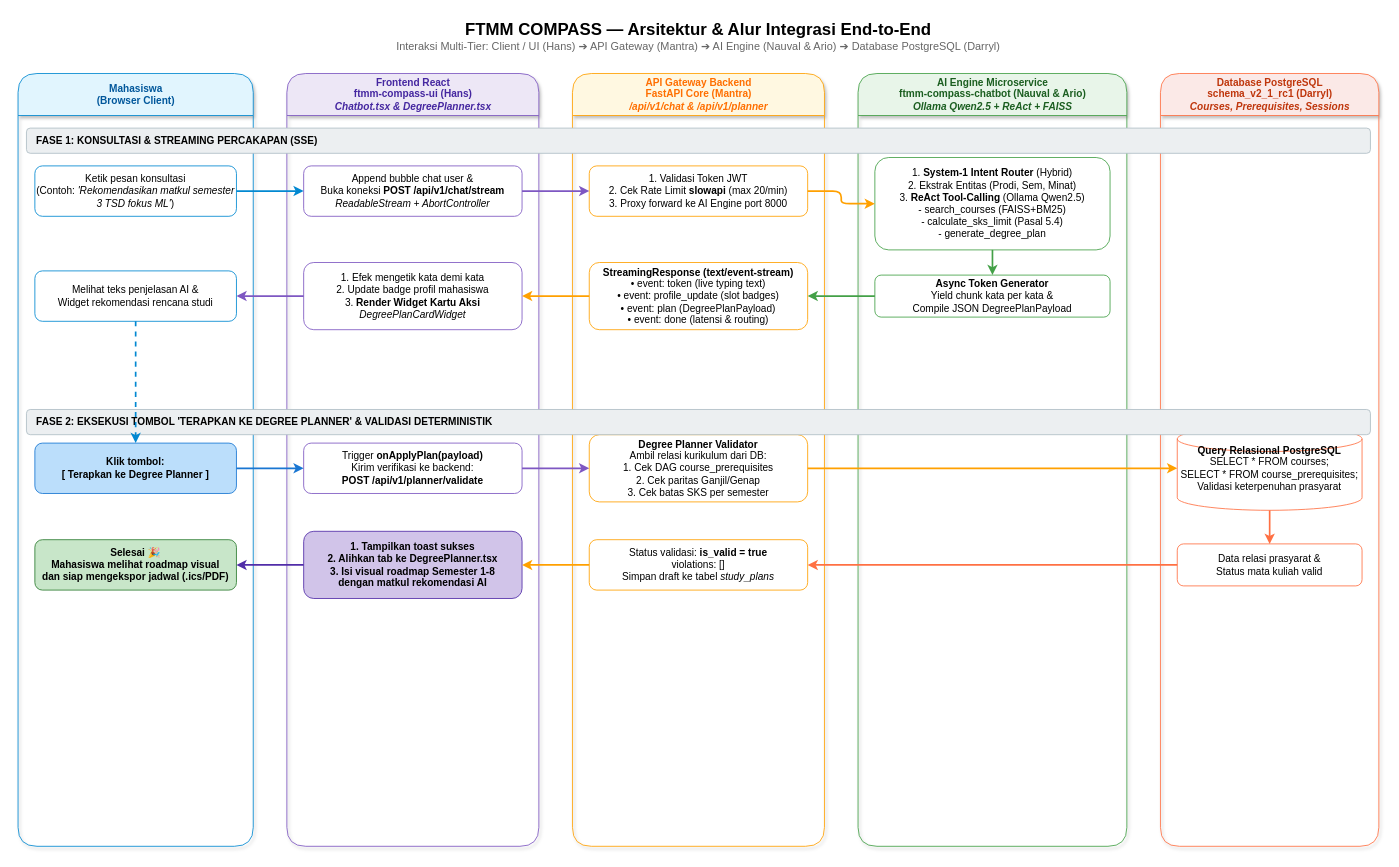
Earlier version of the draw.io diagram docs/architecture/ftmm_compass_integration_flow.drawio.xml (Primarizki21/ftmm-compass-chatbot). Source tidied: cells renumbered, new cells numbered last; positions are measured from the earlier drawing's top-left corner, leaving out a move shared by most shapes. Both pictures are drawn from the tidied source at 84%, with x=0, y=0 at pixel (18, 14).
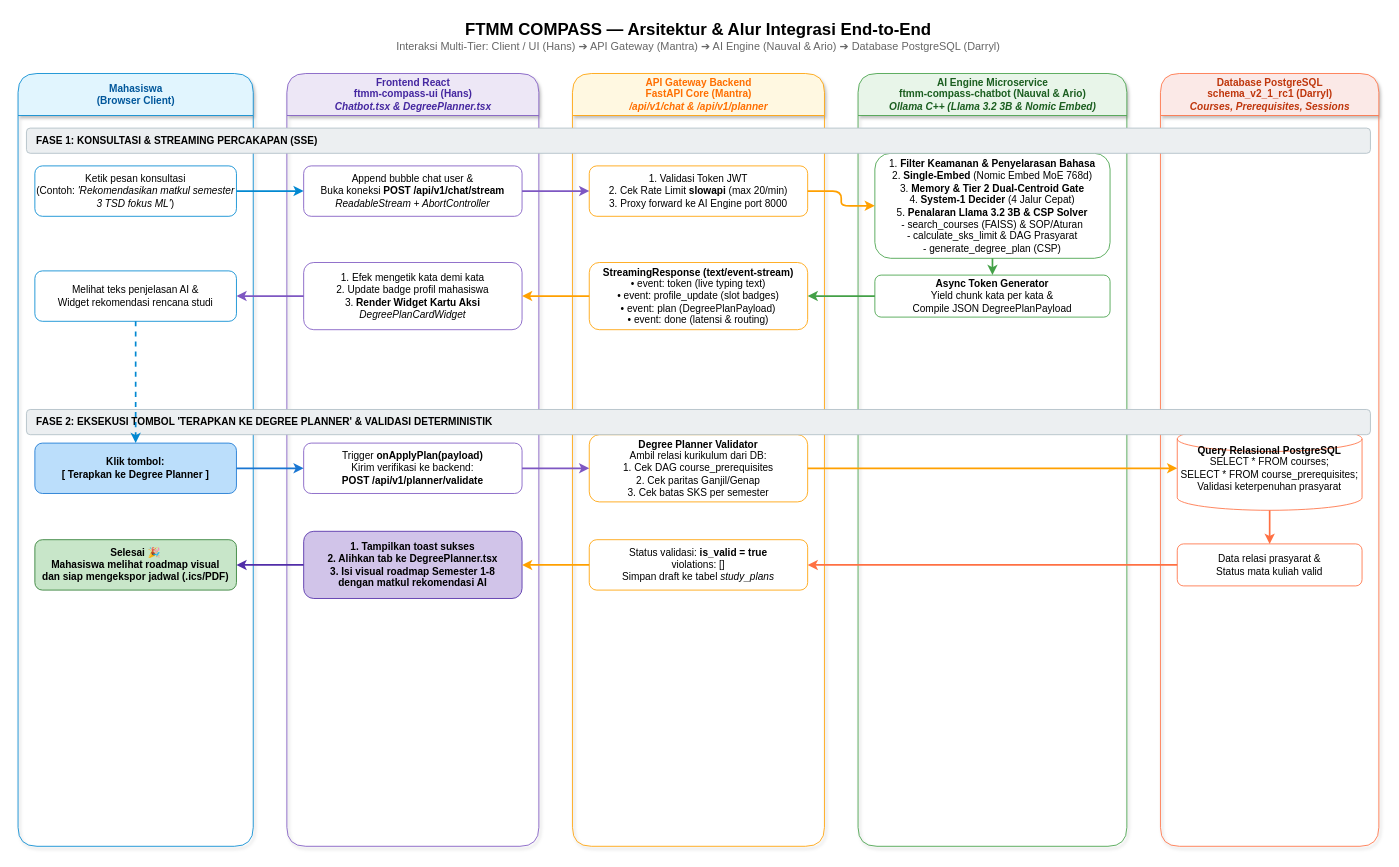
The same diagram, later.

Commit message (it also covers changes not shown here):
refactor(architecture): synchronize visual pipeline flowchart and integration diagrams with production models

Diff of the diagram source:
```diff
@@
-    <mxCell id="6" value="&lt;b&gt;AI Engine Microservice&lt;/b&gt;&lt;br&gt;ftmm-compass-chatbot (Nauval &amp;amp; Ario)&lt;br&gt;&lt;i&gt;Ollama Qwen2.5 + ReAct + FAISS&lt;/i&gt;" style="swimlane;startSize=50;fillColor=#e8f5e9;strokeColor=#43a047;fontColor=#1b5e20;html=1;rounded=1;shadow=1;" parent="1" vertex="1">
+    <mxCell id="6" value="&lt;b&gt;AI Engine Microservice&lt;/b&gt;&lt;br&gt;ftmm-compass-chatbot (Nauval &amp;amp; Ario)&lt;br&gt;&lt;i&gt;Ollama C++ (Llama 3.2 3B &amp;amp; Nomic Embed)&lt;/i&gt;" style="swimlane;startSize=50;fillColor=#e8f5e9;strokeColor=#43a047;fontColor=#1b5e20;html=1;rounded=1;shadow=1;" parent="1" vertex="1">
       <mxGeometry x="1000" y="70" width="320" height="920" as="geometry" />
     </mxCell>
@@
-    <mxCell id="12" value="1. &lt;b&gt;System-1 Intent Router&lt;/b&gt; (Hybrid)&lt;br&gt;2. Ekstrak Entitas (Prodi, Sem, Minat)&lt;br&gt;3. &lt;b&gt;ReAct Tool-Calling&lt;/b&gt; (Ollama Qwen2.5)&lt;br&gt;   - search_courses (FAISS+BM25)&lt;br&gt;   - calculate_sks_limit (Pasal 5.4)&lt;br&gt;   - generate_degree_plan" style="rounded=1;whiteSpace=wrap;html=1;fillColor=#ffffff;strokeColor=#43a047;" parent="6" vertex="1">
-      <mxGeometry x="20" y="100" width="280" height="110" as="geometry" />
+    <mxCell id="12" value="1. &lt;b&gt;Filter Keamanan &amp;amp; Penyelarasan Bahasa&lt;/b&gt;&lt;br&gt;2. &lt;b&gt;Single-Embed&lt;/b&gt; (Nomic Embed MoE 768d)&lt;br&gt;3. &lt;b&gt;Memory &amp;amp; Tier 2 Dual-Centroid Gate&lt;/b&gt;&lt;br&gt;4. &lt;b&gt;System-1 Decider&lt;/b&gt; (4 Jalur Cepat)&lt;br&gt;5. &lt;b&gt;Penalaran Llama 3.2 3B &amp;amp; CSP Solver&lt;/b&gt;&lt;br&gt;   - search_courses (FAISS) &amp;amp; SOP/Aturan&lt;br&gt;   - calculate_sks_limit &amp;amp; DAG Prasyarat&lt;br&gt;   - generate_degree_plan (CSP)" style="rounded=1;whiteSpace=wrap;html=1;fillColor=#ffffff;strokeColor=#43a047;" parent="6" vertex="1">
+      <mxGeometry x="20" y="95" width="280" height="125" as="geometry" />
     </mxCell>
```
